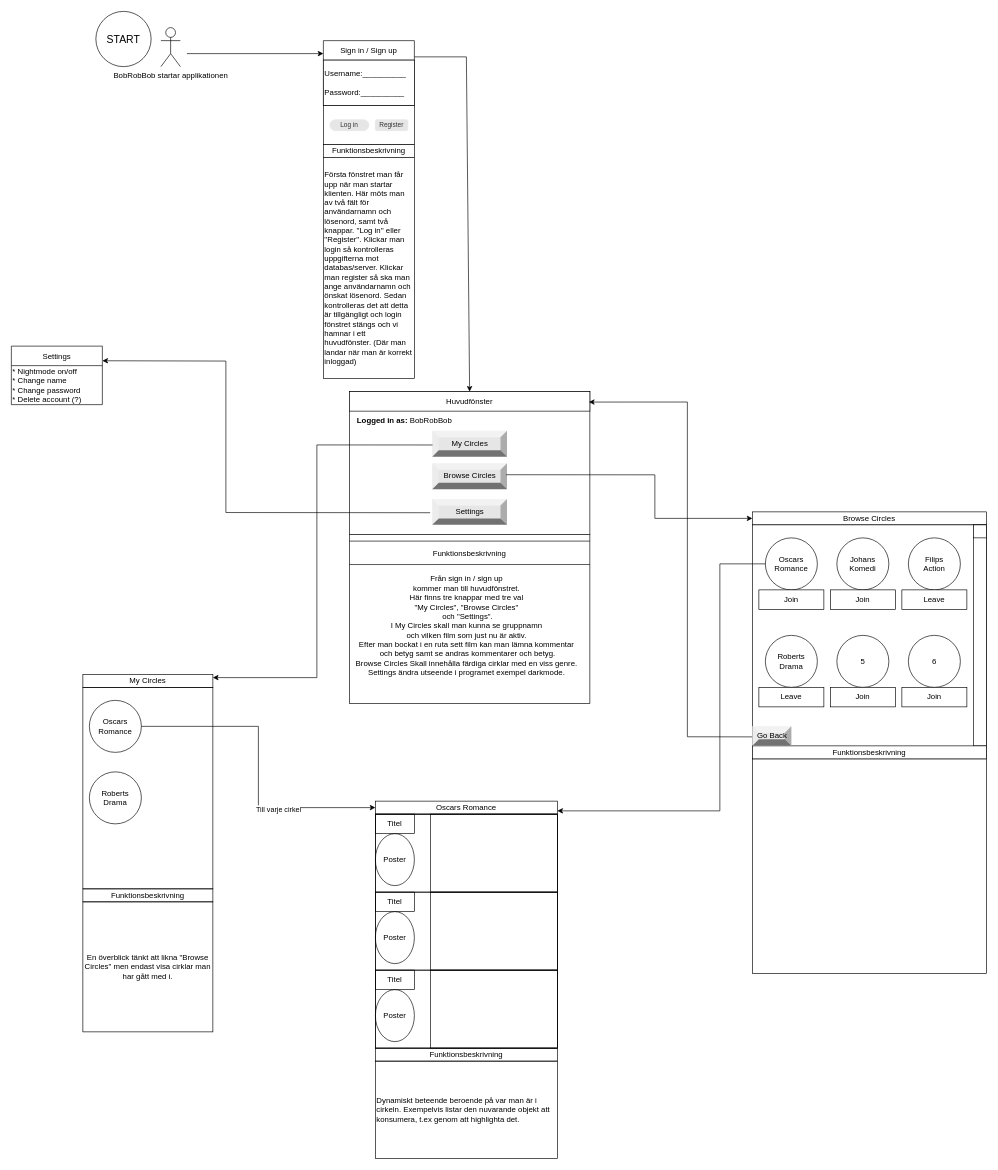
This is Diagrams/mindmap.drawio from johanbergfalk/DAT055_circles, a draw.io file, before an edit. Source tidied: cells renumbered, new cells numbered last; positions are measured from the earlier drawing's top-left corner, leaving out a move shared by most shapes. Both pictures are drawn from the tidied source at 65%, with x=0, y=0 at pixel (11, 11).
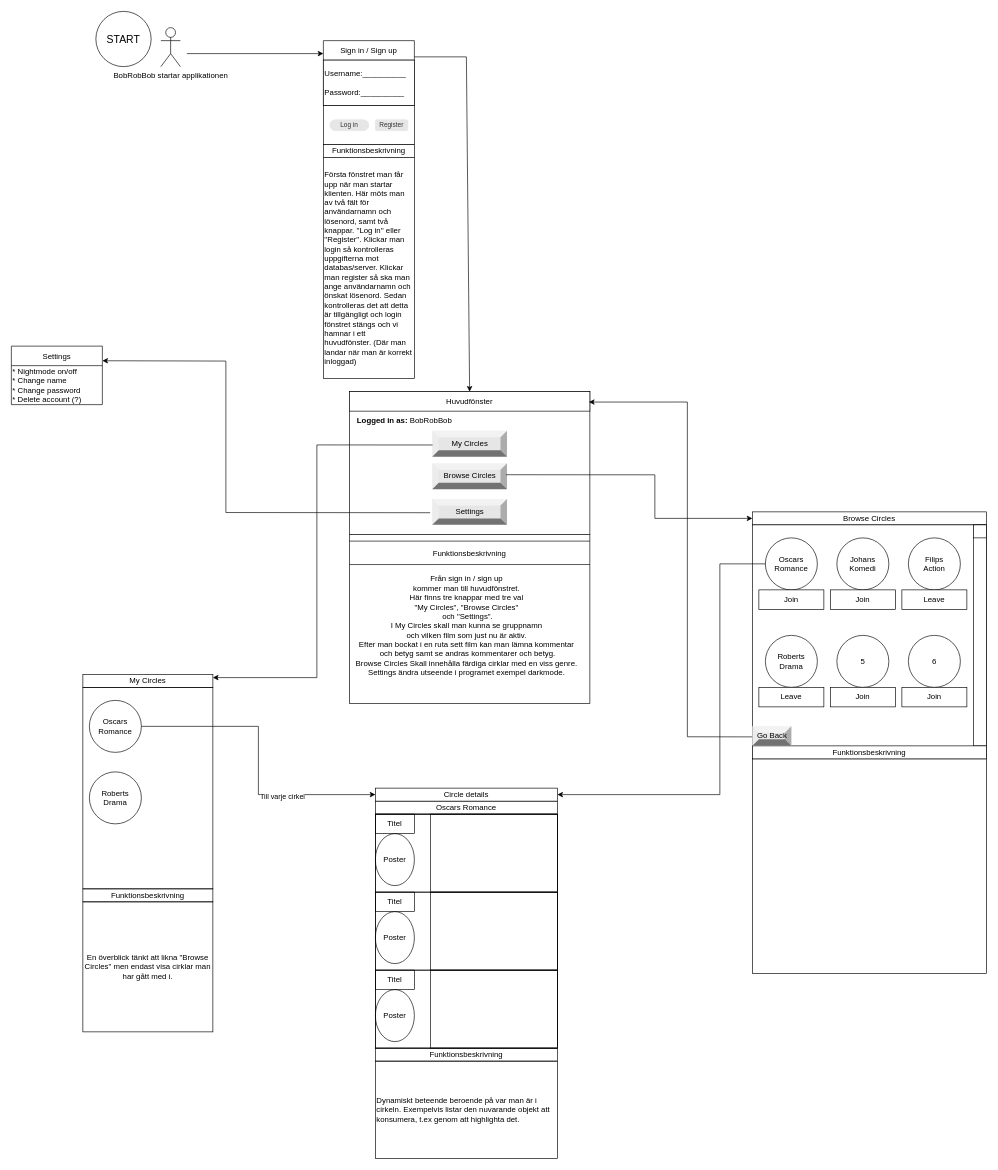
After the change.

The change refers to these unchanged cells:
```xml
<mxCell id="7" value="Oscars&lt;br&gt;Romance" style="ellipse;whiteSpace=wrap;html=1;" parent="1" vertex="1">
  <mxGeometry x="1160" y="810" width="80" height="80" as="geometry" />
</mxCell>
<mxCell id="42" value="Oscars&lt;br&gt;Romance" style="ellipse;whiteSpace=wrap;html=1;fillColor=none;" parent="1" vertex="1">
  <mxGeometry x="120" y="1060" width="80" height="80" as="geometry" />
</mxCell>
<mxCell id="46" value="Oscars Romance" style="rounded=0;whiteSpace=wrap;html=1;fillColor=none;" parent="1" vertex="1">
  <mxGeometry x="560" y="1215" width="280" height="20" as="geometry" />
</mxCell>
```

What changed in the source:
```diff
@@
-    <mxCell id="40" style="edgeStyle=orthogonalEdgeStyle;rounded=0;jettySize=auto;html=1;exitX=1;exitY=0.5;exitDx=0;exitDy=0;entryX=0;entryY=0.5;entryDx=0;entryDy=0;" parent="1" edge="1" source="42" target="46">
+    <mxCell id="40" style="edgeStyle=orthogonalEdgeStyle;rounded=0;jettySize=auto;html=1;exitX=1;exitY=0.5;exitDx=0;exitDy=0;entryX=0;entryY=0.5;entryDx=0;entryDy=0;" parent="1" edge="1" source="42" target="74">
       <mxGeometry relative="1" as="geometry" />
     </mxCell>
@@
-    <mxCell id="71" style="endArrow=classic;html=1;rounded=0;entryX=1;entryY=0.75;entryDx=0;entryDy=0;exitX=0;exitY=0.5;exitDx=0;exitDy=0;" parent="1" edge="1" source="7" target="46">
+    <mxCell id="71" style="endArrow=classic;html=1;rounded=0;entryX=1;entryY=0.5;entryDx=0;entryDy=0;exitX=0;exitY=0.5;exitDx=0;exitDy=0;" parent="1" edge="1" source="7" target="74">
       <mxGeometry relative="1" as="geometry">
         <Array as="points">
           <mxPoint x="1090" y="850" />
-          <mxPoint x="1090" y="1230" />
+          <mxPoint x="1090" y="1205" />
         </Array>
       </mxGeometry>
     </mxCell>
@@
+    <mxCell id="74" value="Circle details" style="rounded=0;whiteSpace=wrap;html=1;" parent="1" vertex="1">
+      <mxGeometry x="560" y="1195" width="280" height="20" as="geometry" />
+    </mxCell>
```
